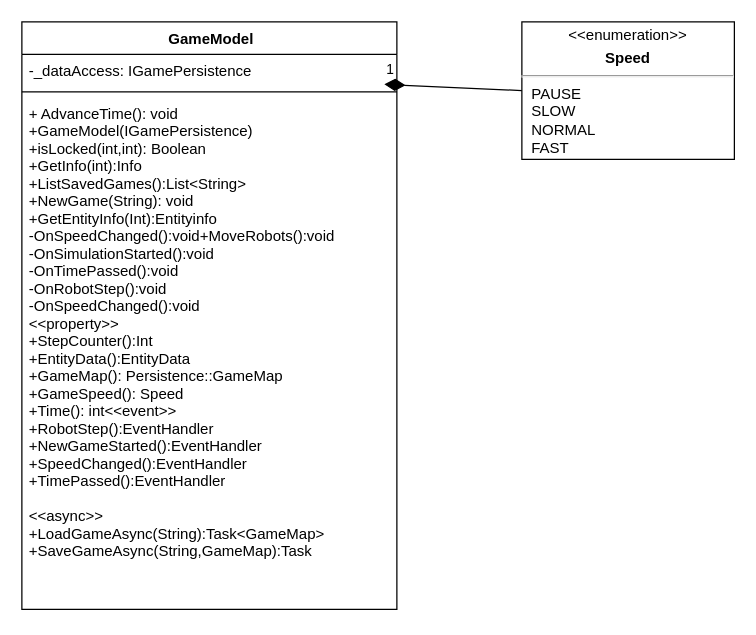
Above: documents/uml/Model.drawio in Toncsimoncsi/Inventory-Management-System (draw.io), before the change. Source tidied: cells renumbered, new cells numbered last; positions are measured from the earlier drawing's top-left corner, leaving out a move shared by most shapes. Both pictures are drawn from the tidied source at 125%, with x=0, y=0 at pixel (21, 21).
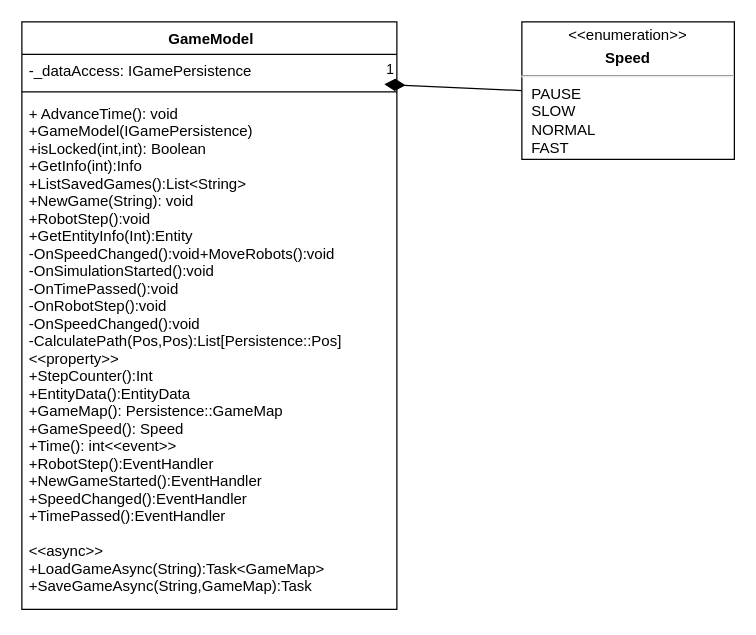
Above is the later version.

Diff of the diagram source:
```diff
@@
 <mxGraphModel>
   <root>
     <mxCell id="0" />
     <mxCell id="1" parent="0" />
     <mxCell id="2" value=" GameModel&#10;" style="swimlane;fontStyle=1;align=center;verticalAlign=top;horizontal=1;startSize=26;" parent="1" vertex="1">
       <mxGeometry width="300" height="470" as="geometry" />
     </mxCell>
     <mxCell id="3" value="-_dataAccess: IGamePersistence&#10;" style="text;strokeColor=none;fillColor=none;align=left;verticalAlign=top;spacingLeft=4;spacingRight=4;overflow=hidden;" parent="2" vertex="1">
       <mxGeometry y="26" width="300" height="26" as="geometry" />
     </mxCell>
     <mxCell id="4" style="line;strokeWidth=1;fillColor=none;align=left;verticalAlign=middle;spacingTop=-1;spacingLeft=3;spacingRight=3;labelPosition=right;" parent="2" vertex="1">
       <mxGeometry y="52" width="300" height="8" as="geometry" />
     </mxCell>
-    <mxCell id="5" value="+ AdvanceTime(): void&#10;+GameModel(IGamePersistence)&#10;+isLocked(int,int): Boolean&#10;+GetInfo(int):Info&#10;+ListSavedGames():List&lt;String&gt;&#10;+NewGame(String): void&#10;+GetEntityInfo(Int):Entityinfo&#10;-OnSpeedChanged():void+MoveRobots():void&#10;-OnSimulationStarted():void&#10;-OnTimePassed():void&#10;-OnRobotStep():void&#10;-OnSpeedChanged():void&#10;&lt;&lt;property&gt;&gt;&#10;+StepCounter():Int&#10;+EntityData():EntityData&#10;+GameMap(): Persistence::GameMap&#10;+GameSpeed(): Speed&#10;+Time(): int&lt;&lt;event&gt;&gt;&#10;+RobotStep():EventHandler&#10;+NewGameStarted():EventHandler&#10;+SpeedChanged():EventHandler&#10;+TimePassed():EventHandler&#10;&#10;&lt;&lt;async&gt;&gt;&#10;+LoadGameAsync(String):Task&lt;GameMap&gt;&#10;+SaveGameAsync(String,GameMap):Task&#10;" style="text;strokeColor=none;fillColor=none;align=left;verticalAlign=top;spacingLeft=4;spacingRight=4;overflow=hidden;" parent="2" vertex="1">
+    <mxCell id="5" value="+ AdvanceTime(): void&#10;+GameModel(IGamePersistence)&#10;+isLocked(int,int): Boolean&#10;+GetInfo(int):Info&#10;+ListSavedGames():List&lt;String&gt;&#10;+NewGame(String): void&#10;+RobotStep():void&#10;+GetEntityInfo(Int):Entity&#10;-OnSpeedChanged():void+MoveRobots():void&#10;-OnSimulationStarted():void&#10;-OnTimePassed():void&#10;-OnRobotStep():void&#10;-OnSpeedChanged():void&#10;-CalculatePath(Pos,Pos):List[Persistence::Pos]&#10;&lt;&lt;property&gt;&gt;&#10;+StepCounter():Int&#10;+EntityData():EntityData&#10;+GameMap(): Persistence::GameMap&#10;+GameSpeed(): Speed&#10;+Time(): int&lt;&lt;event&gt;&gt;&#10;+RobotStep():EventHandler&#10;+NewGameStarted():EventHandler&#10;+SpeedChanged():EventHandler&#10;+TimePassed():EventHandler&#10;&#10;&lt;&lt;async&gt;&gt;&#10;+LoadGameAsync(String):Task&lt;GameMap&gt;&#10;+SaveGameAsync(String,GameMap):Task&#10;" style="text;strokeColor=none;fillColor=none;align=left;verticalAlign=top;spacingLeft=4;spacingRight=4;overflow=hidden;" parent="2" vertex="1">
       <mxGeometry y="60" width="300" height="410" as="geometry" />
     </mxCell>
     <mxCell id="6" value="&lt;p style=&quot;margin: 4px 0px 0px; text-align: center;&quot;&gt;&amp;lt;&amp;lt;enumeration&amp;gt;&amp;gt;&lt;/p&gt;&lt;p style=&quot;margin: 4px 0px 0px; text-align: center;&quot;&gt;&lt;b&gt;Speed&lt;br&gt;&lt;/b&gt;&lt;/p&gt;&lt;hr&gt;&lt;p style=&quot;margin: 0px ; margin-left: 8px&quot;&gt;PAUSE&lt;br&gt;SLOW&lt;br&gt;NORMAL&lt;/p&gt;&lt;p style=&quot;margin: 0px ; margin-left: 8px&quot;&gt;FAST&lt;/p&gt;&lt;p style=&quot;margin: 0px ; margin-left: 8px&quot;&gt;&lt;br&gt;&lt;/p&gt;" style="verticalAlign=top;align=left;overflow=fill;fontSize=12;fontFamily=Helvetica;html=1;fontStyle=0;" parent="1" vertex="1">
       <mxGeometry x="400" width="170" height="110" as="geometry" />
     </mxCell>
     <mxCell id="7" value="1" style="endArrow=none;html=1;endSize=12;startArrow=diamondThin;startSize=14;startFill=1;align=left;verticalAlign=bottom;entryX=0;entryY=0.5;entryDx=0;entryDy=0;endFill=0;" parent="1" edge="1" target="6">
       <mxGeometry x="-1" y="3" relative="1" as="geometry">
         <mxPoint x="290" y="50" as="sourcePoint" />
       </mxGeometry>
     </mxCell>
   </root>
 </mxGraphModel>
```
